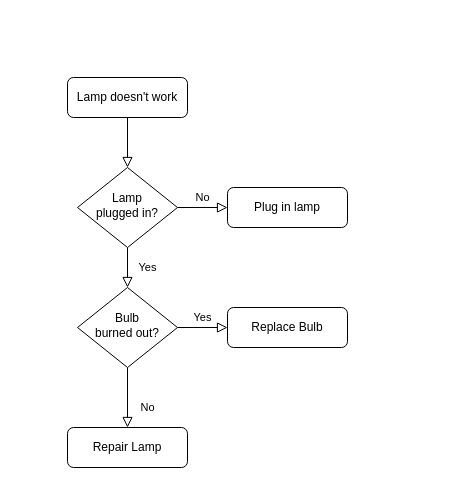
The draw.io diagram nb/发票邮件附件PDF名称自定义.drawio in zhenjie-chen/diagrams, before the edit. Source tidied: cells renumbered, new cells numbered last; positions are measured from the earlier drawing's top-left corner, leaving out a move shared by most shapes. Both pictures are drawn from the tidied source at 100%, with x=0, y=0 at pixel (67, 77).
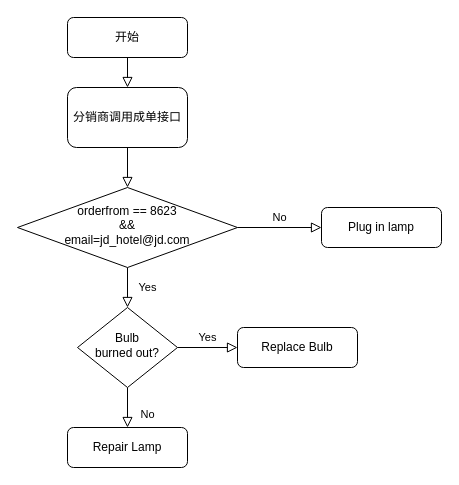
The same page after the edit.

Commit message (it also covers changes not shown here):
更新发票邮件附件PDF名称自定义.drawio

Diff of the diagram source:
```diff
@@
 <mxGraphModel>
   <root>
     <mxCell id="0" />
     <mxCell id="1" parent="0" />
-    <mxCell id="2" style="rounded=0;html=1;jettySize=auto;fontSize=11;endArrow=block;endFill=0;endSize=8;strokeWidth=1;shadow=0;labelBackgroundColor=none;edgeStyle=orthogonalEdgeStyle;" parent="1" edge="1" source="3" target="6">
+    <mxCell id="2" style="rounded=0;html=1;jettySize=auto;fontSize=11;endArrow=block;endFill=0;endSize=8;strokeWidth=1;shadow=0;labelBackgroundColor=none;edgeStyle=orthogonalEdgeStyle;" parent="1" edge="1" source="14" target="6">
       <mxGeometry relative="1" as="geometry" />
     </mxCell>
-    <mxCell id="3" value="Lamp doesn't work" style="rounded=1;whiteSpace=wrap;html=1;fontSize=12;glass=0;strokeWidth=1;shadow=0;" parent="1" vertex="1">
-      <mxGeometry width="120" height="40" as="geometry" />
+    <mxCell id="3" value="开始" style="rounded=1;whiteSpace=wrap;html=1;fontSize=12;glass=0;strokeWidth=1;shadow=0;" parent="1" vertex="1">
+      <mxGeometry y="-60" width="120" height="40" as="geometry" />
     </mxCell>
     <mxCell id="4" value="Yes" style="rounded=0;html=1;jettySize=auto;fontSize=11;endArrow=block;endFill=0;endSize=8;strokeWidth=1;shadow=0;labelBackgroundColor=none;edgeStyle=orthogonalEdgeStyle;" parent="1" edge="1" source="6" target="10">
       <mxGeometry y="20" relative="1" as="geometry" />
     </mxCell>
     <mxCell id="5" value="No" style="edgeStyle=orthogonalEdgeStyle;rounded=0;html=1;jettySize=auto;fontSize=11;endArrow=block;endFill=0;endSize=8;strokeWidth=1;shadow=0;labelBackgroundColor=none;" parent="1" edge="1" source="6" target="7">
       <mxGeometry y="10" relative="1" as="geometry" />
     </mxCell>
-    <mxCell id="6" value="Lamp&lt;br&gt;plugged in?" style="rhombus;whiteSpace=wrap;html=1;shadow=0;fontFamily=Helvetica;fontSize=12;align=center;strokeWidth=1;spacing=6;spacingTop=-4;" parent="1" vertex="1">
-      <mxGeometry x="10" y="90" width="100" height="80" as="geometry" />
+    <mxCell id="6" value="orderfrom == 8623&lt;br&gt;&amp;amp;&amp;amp;&lt;br&gt;email=jd_hotel@jd.com" style="rhombus;whiteSpace=wrap;html=1;shadow=0;fontFamily=Helvetica;fontSize=12;align=center;strokeWidth=1;spacing=6;spacingTop=-4;" parent="1" vertex="1">
+      <mxGeometry x="-50" y="110" width="220" height="80" as="geometry" />
     </mxCell>
     <mxCell id="7" value="Plug in lamp" style="rounded=1;whiteSpace=wrap;html=1;fontSize=12;glass=0;strokeWidth=1;shadow=0;" parent="1" vertex="1">
-      <mxGeometry x="160" y="110" width="120" height="40" as="geometry" />
+      <mxGeometry x="254" y="130" width="120" height="40" as="geometry" />
     </mxCell>
     <mxCell id="8" value="No" style="rounded=0;html=1;jettySize=auto;fontSize=11;endArrow=block;endFill=0;endSize=8;strokeWidth=1;shadow=0;labelBackgroundColor=none;edgeStyle=orthogonalEdgeStyle;" parent="1" edge="1" source="10" target="11">
       <mxGeometry x="0.33" y="20" relative="1" as="geometry" />
     </mxCell>
     <mxCell id="9" value="Yes" style="edgeStyle=orthogonalEdgeStyle;rounded=0;html=1;jettySize=auto;fontSize=11;endArrow=block;endFill=0;endSize=8;strokeWidth=1;shadow=0;labelBackgroundColor=none;" parent="1" edge="1" source="10" target="12">
       <mxGeometry y="10" relative="1" as="geometry" />
     </mxCell>
     <mxCell id="10" value="Bulb&lt;br&gt;burned out?" style="rhombus;whiteSpace=wrap;html=1;shadow=0;fontFamily=Helvetica;fontSize=12;align=center;strokeWidth=1;spacing=6;spacingTop=-4;" parent="1" vertex="1">
-      <mxGeometry x="10" y="210" width="100" height="80" as="geometry" />
+      <mxGeometry x="10" y="230" width="100" height="80" as="geometry" />
     </mxCell>
     <mxCell id="11" value="Repair Lamp" style="rounded=1;whiteSpace=wrap;html=1;fontSize=12;glass=0;strokeWidth=1;shadow=0;" parent="1" vertex="1">
       <mxGeometry y="350" width="120" height="40" as="geometry" />
     </mxCell>
     <mxCell id="12" value="Replace Bulb" style="rounded=1;whiteSpace=wrap;html=1;fontSize=12;glass=0;strokeWidth=1;shadow=0;" parent="1" vertex="1">
-      <mxGeometry x="160" y="230" width="120" height="40" as="geometry" />
+      <mxGeometry x="170" y="250" width="120" height="40" as="geometry" />
     </mxCell>
+    <mxCell id="13" style="rounded=0;html=1;jettySize=auto;fontSize=11;endArrow=block;endFill=0;endSize=8;strokeWidth=1;shadow=0;labelBackgroundColor=none;edgeStyle=orthogonalEdgeStyle;" parent="1" edge="1" source="3" target="14">
+      <mxGeometry relative="1" as="geometry" />
+    </mxCell>
+    <mxCell id="14" value="分销商调用成单接口" style="rounded=1;whiteSpace=wrap;html=1;" parent="1" vertex="1">
+      <mxGeometry y="10" width="120" height="60" as="geometry" />
+    </mxCell>
   </root>
 </mxGraphModel>
```
